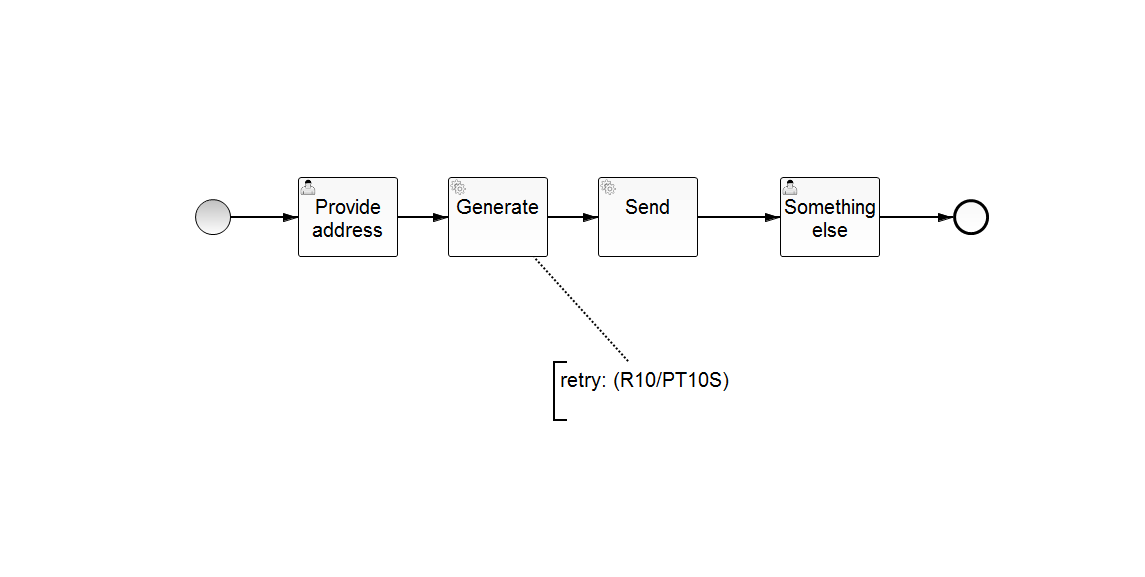
Earlier version of the BPMN export bpmn-server/src/main/resources/AsynchronousInvoiceProcess.png (gheddie/bpmn_watcher_all_new). Its source is kept beside it as bpmn-server/src/main/resources/AsynchronousInvoiceProcess.bpmn. Ids are renumbered.
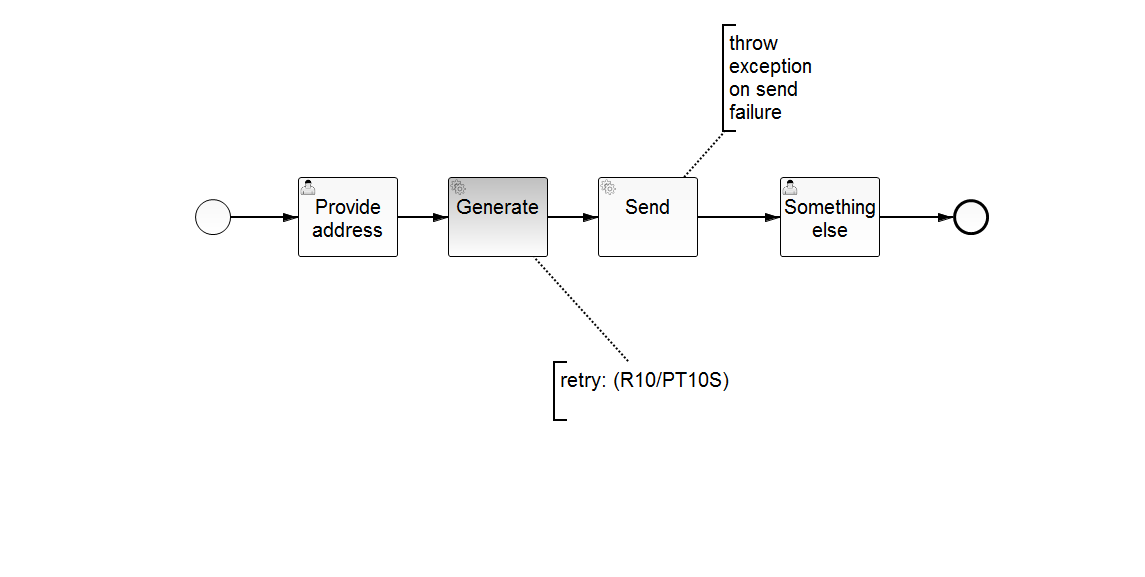
Later version of the same file.

The edit, as a diff of the source:
```diff
@@ -34,6 +34,10 @@
       <bpmn2:text>retry: (R10/PT10S)</bpmn2:text>
     </bpmn2:textAnnotation>
     <bpmn2:association id="Association_1" sourceRef="TextAnnotation_1" targetRef="ServiceTask_1"/>
+    <bpmn2:textAnnotation id="TextAnnotation_n1">
+      <bpmn2:text>throw exception on send failure</bpmn2:text>
+    </bpmn2:textAnnotation>
+    <bpmn2:association id="Association_n2" sourceRef="ServiceTask_2" targetRef="TextAnnotation_n1"/>
   </bpmn2:process>
   <bpmndi:BPMNDiagram id="BPMNDiagram_1">
     <bpmndi:BPMNPlane id="BPMNPlane_1" bpmnElement="AsynchronousInvoiceProcess">
@@ -97,6 +101,13 @@
           <dc:Bounds height="6.0" width="6.0" x="930.0" y="217.0"/>
         </bpmndi:BPMNLabel>
       </bpmndi:BPMNEdge>
+      <bpmndi:BPMNShape id="TextAnnotation_n1_di" bpmnElement="TextAnnotation_n1">
+        <dc:Bounds height="108.0" width="100.0" x="722.0" y="24.0"/>
+      </bpmndi:BPMNShape>
+      <bpmndi:BPMNEdge id="Association_n2_di" bpmnElement="Association_n2">
+        <di:waypoint xsi:type="dc:Point" x="684.0" y="177.0"/>
+        <di:waypoint xsi:type="dc:Point" x="724.0" y="132.0"/>
+      </bpmndi:BPMNEdge>
     </bpmndi:BPMNPlane>
   </bpmndi:BPMNDiagram>
 </bpmn2:definitions>
```
